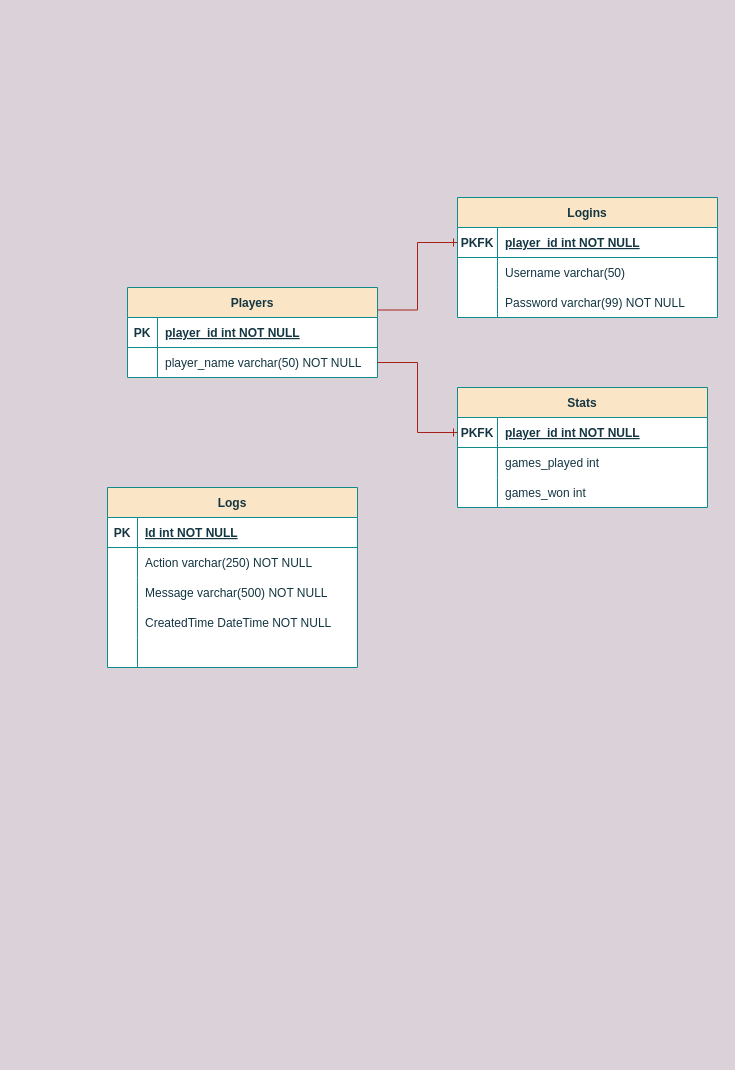
The draw.io diagram Diagrammer/Filer/Database Diagram.drawio in Olivervesth/KortKlubben, before the edit. Source tidied: cells renumbered, new cells numbered last; positions are measured from the earlier drawing's top-left corner, leaving out a move shared by most shapes. Both pictures are drawn from the tidied source at 100%, with x=0, y=0 at pixel (107, 197).
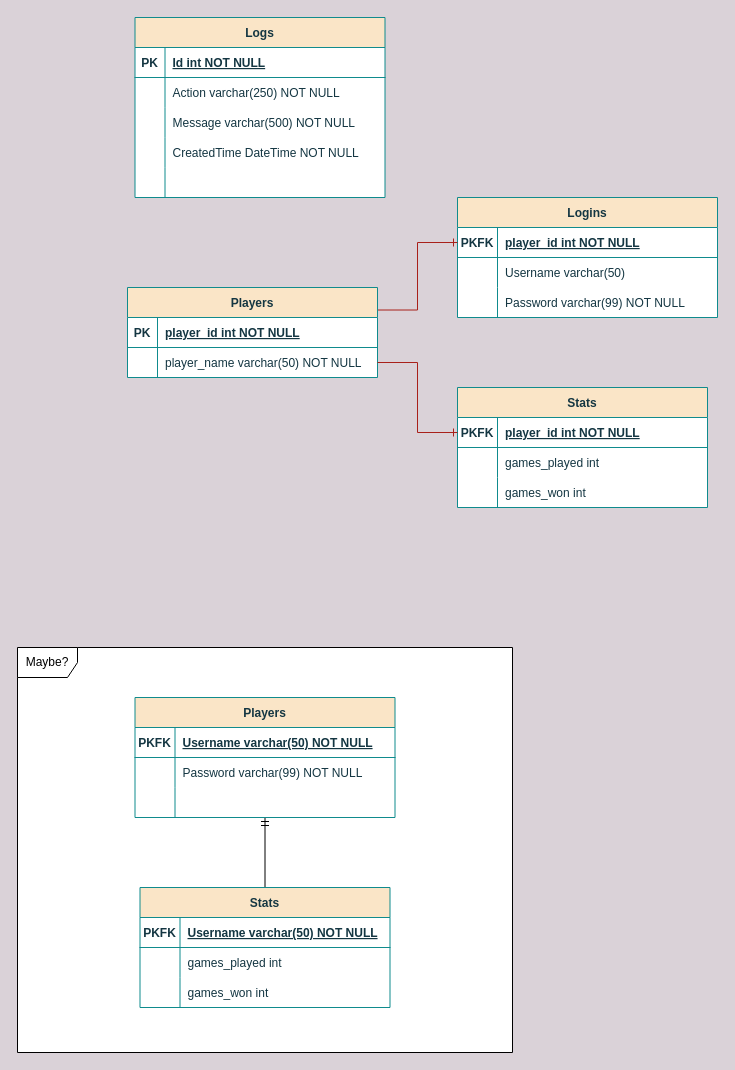
After the change.

The edit, as a diff of the source:
```diff
@@
+    <mxCell id="47" value="Maybe?" style="shape=umlFrame;whiteSpace=wrap;html=1;swimlaneFillColor=default;" parent="1" vertex="1">
+      <mxGeometry x="-90" y="450" width="495" height="405" as="geometry" />
+    </mxCell>
@@
     <mxCell id="31" value="Logs" style="shape=table;startSize=30;childLayout=tableLayout;rowLines=0;fontStyle=1;align=center;rounded=0;shadow=0;sketch=0;labelBackgroundColor=none;labelBorderColor=none;swimlaneFillColor=default;fillColor=#FAE5C7;strokeColor=#0F8B8D;fontColor=#143642;" parent="1" vertex="1">
-      <mxGeometry y="290" width="250" height="180" as="geometry" />
+      <mxGeometry x="27.5" y="-180" width="250" height="180" as="geometry" />
     </mxCell>
@@
+    <mxCell id="48" style="edgeStyle=orthogonalEdgeStyle;rounded=0;jettySize=auto;html=1;entryX=0.5;entryY=0;entryDx=0;entryDy=0;endArrow=none;endFill=0;startArrow=ERmandOne;startFill=0;" parent="1" edge="1" source="49" target="59">
+      <mxGeometry relative="1" as="geometry" />
+    </mxCell>
+    <mxCell id="49" value="Players" style="shape=table;startSize=30;childLayout=tableLayout;rowLines=0;fontStyle=1;align=center;rounded=0;shadow=0;sketch=0;labelBackgroundColor=none;labelBorderColor=none;fillColor=#FAE5C7;swimlaneFillColor=default;strokeColor=#0F8B8D;fontColor=#143642;" parent="1" vertex="1">
+      <mxGeometry x="27.5" y="500" width="260" height="120" as="geometry" />
+    </mxCell>
+    <mxCell id="50" style="shape=partialRectangle;fillColor=none;top=0;left=0;right=0;bottom=1;strokeColor=#0F8B8D;fontColor=#143642;" parent="49" vertex="1">
+      <mxGeometry y="30" width="260" height="30" as="geometry" />
+    </mxCell>
+    <mxCell id="51" value="PKFK" style="shape=partialRectangle;overflow=hidden;fillColor=none;top=0;left=0;bottom=0;right=0;fontStyle=1;strokeColor=#0F8B8D;fontColor=#143642;" parent="50" vertex="1">
+      <mxGeometry width="40" height="30" as="geometry" />
+    </mxCell>
+    <mxCell id="52" value="Username varchar(50) NOT NULL" style="shape=partialRectangle;overflow=hidden;fillColor=none;top=0;left=0;bottom=0;right=0;align=left;spacingLeft=6;fontStyle=5;strokeColor=#0F8B8D;fontColor=#143642;" parent="50" vertex="1">
+      <mxGeometry x="40" width="220" height="30" as="geometry" />
+    </mxCell>
+    <mxCell id="53" style="shape=partialRectangle;fillColor=none;top=0;left=0;right=0;bottom=0;strokeColor=#0F8B8D;fontColor=#143642;" parent="49" vertex="1">
+      <mxGeometry y="60" width="260" height="30" as="geometry" />
+    </mxCell>
+    <mxCell id="54" style="shape=partialRectangle;overflow=hidden;fillColor=none;top=0;left=0;bottom=0;right=0;strokeColor=#0F8B8D;fontColor=#143642;" parent="53" vertex="1">
+      <mxGeometry width="40" height="30" as="geometry" />
+    </mxCell>
+    <mxCell id="55" value="Password varchar(99) NOT NULL" style="shape=partialRectangle;overflow=hidden;fillColor=none;top=0;left=0;bottom=0;right=0;align=left;spacingLeft=6;strokeColor=#0F8B8D;fontColor=#143642;" parent="53" vertex="1">
+      <mxGeometry x="40" width="220" height="30" as="geometry" />
+    </mxCell>
+    <mxCell id="56" style="shape=partialRectangle;fillColor=none;top=0;left=0;right=0;bottom=0;strokeColor=#0F8B8D;fontColor=#143642;" parent="49" vertex="1">
+      <mxGeometry y="90" width="260" height="30" as="geometry" />
+    </mxCell>
+    <mxCell id="57" style="shape=partialRectangle;overflow=hidden;fillColor=none;top=0;left=0;bottom=0;right=0;strokeColor=#0F8B8D;fontColor=#143642;" parent="56" vertex="1">
+      <mxGeometry width="40" height="30" as="geometry" />
+    </mxCell>
+    <mxCell id="58" style="shape=partialRectangle;overflow=hidden;fillColor=none;top=0;left=0;bottom=0;right=0;align=left;spacingLeft=6;strokeColor=#0F8B8D;fontColor=#143642;" parent="56" vertex="1">
+      <mxGeometry x="40" width="220" height="30" as="geometry" />
+    </mxCell>
+    <mxCell id="59" value="Stats" style="shape=table;startSize=30;childLayout=tableLayout;rowLines=0;fontStyle=1;align=center;rounded=0;shadow=0;sketch=0;labelBackgroundColor=none;labelBorderColor=none;swimlaneFillColor=default;fillColor=#FAE5C7;strokeColor=#0F8B8D;fontColor=#143642;" parent="1" vertex="1">
+      <mxGeometry x="32.5" y="690" width="250" height="120" as="geometry" />
+    </mxCell>
+    <mxCell id="60" style="shape=partialRectangle;fillColor=none;top=0;left=0;right=0;bottom=1;strokeColor=#0F8B8D;fontColor=#143642;" parent="59" vertex="1">
+      <mxGeometry y="30" width="250" height="30" as="geometry" />
+    </mxCell>
+    <mxCell id="61" value="PKFK" style="shape=partialRectangle;overflow=hidden;fillColor=none;top=0;left=0;bottom=0;right=0;fontStyle=1;strokeColor=#0F8B8D;fontColor=#143642;" parent="60" vertex="1">
+      <mxGeometry width="40" height="30" as="geometry" />
+    </mxCell>
+    <mxCell id="62" value="Username varchar(50) NOT NULL" style="shape=partialRectangle;overflow=hidden;fillColor=none;top=0;left=0;bottom=0;right=0;align=left;spacingLeft=6;fontStyle=5;strokeColor=#0F8B8D;fontColor=#143642;" parent="60" vertex="1">
+      <mxGeometry x="40" width="210" height="30" as="geometry" />
+    </mxCell>
+    <mxCell id="63" style="shape=partialRectangle;fillColor=none;top=0;left=0;right=0;bottom=0;strokeColor=#0F8B8D;fontColor=#143642;" parent="59" vertex="1">
+      <mxGeometry y="60" width="250" height="30" as="geometry" />
+    </mxCell>
+    <mxCell id="64" style="shape=partialRectangle;overflow=hidden;fillColor=none;top=0;left=0;bottom=0;right=0;strokeColor=#0F8B8D;fontColor=#143642;" parent="63" vertex="1">
+      <mxGeometry width="40" height="30" as="geometry" />
+    </mxCell>
+    <mxCell id="65" value="games_played int " style="shape=partialRectangle;overflow=hidden;fillColor=none;top=0;left=0;bottom=0;right=0;align=left;spacingLeft=6;strokeColor=#0F8B8D;fontColor=#143642;" parent="63" vertex="1">
+      <mxGeometry x="40" width="210" height="30" as="geometry" />
+    </mxCell>
+    <mxCell id="66" style="shape=partialRectangle;fillColor=none;top=0;left=0;right=0;bottom=0;strokeColor=#0F8B8D;fontColor=#143642;" parent="59" vertex="1">
+      <mxGeometry y="90" width="250" height="30" as="geometry" />
+    </mxCell>
+    <mxCell id="67" style="shape=partialRectangle;overflow=hidden;fillColor=none;top=0;left=0;bottom=0;right=0;strokeColor=#0F8B8D;fontColor=#143642;" parent="66" vertex="1">
+      <mxGeometry width="40" height="30" as="geometry" />
+    </mxCell>
+    <mxCell id="68" value="games_won int" style="shape=partialRectangle;overflow=hidden;fillColor=none;top=0;left=0;bottom=0;right=0;align=left;spacingLeft=6;strokeColor=#0F8B8D;fontColor=#143642;" parent="66" vertex="1">
+      <mxGeometry x="40" width="210" height="30" as="geometry" />
+    </mxCell>
```
